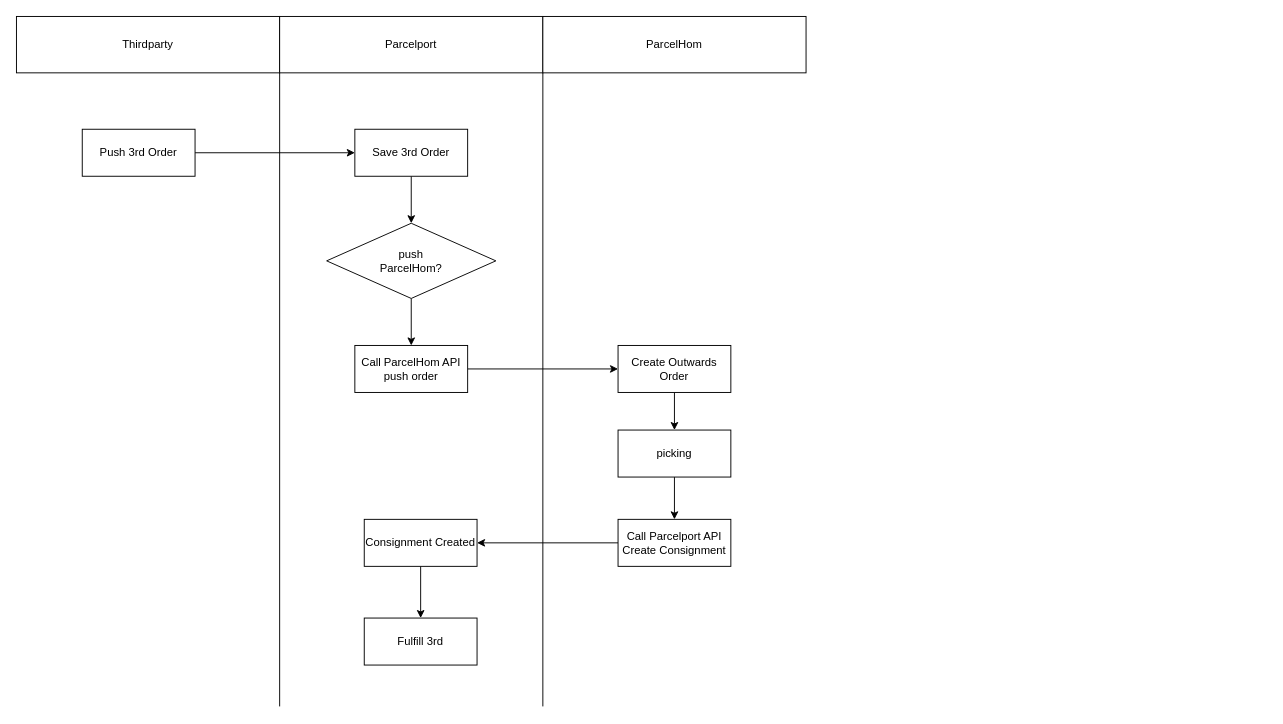
Kevin-Huang-NZ/notes keeps this draw.io diagram as draw.io/parcelhom-parcelport.drawio. Above is the earlier version. Source tidied: cells renumbered, new cells numbered last; positions are measured from the earlier drawing's top-left corner, leaving out a move shared by most shapes. Both pictures are drawn from the tidied source at 94%, with x=0, y=0 at pixel (16, 16).
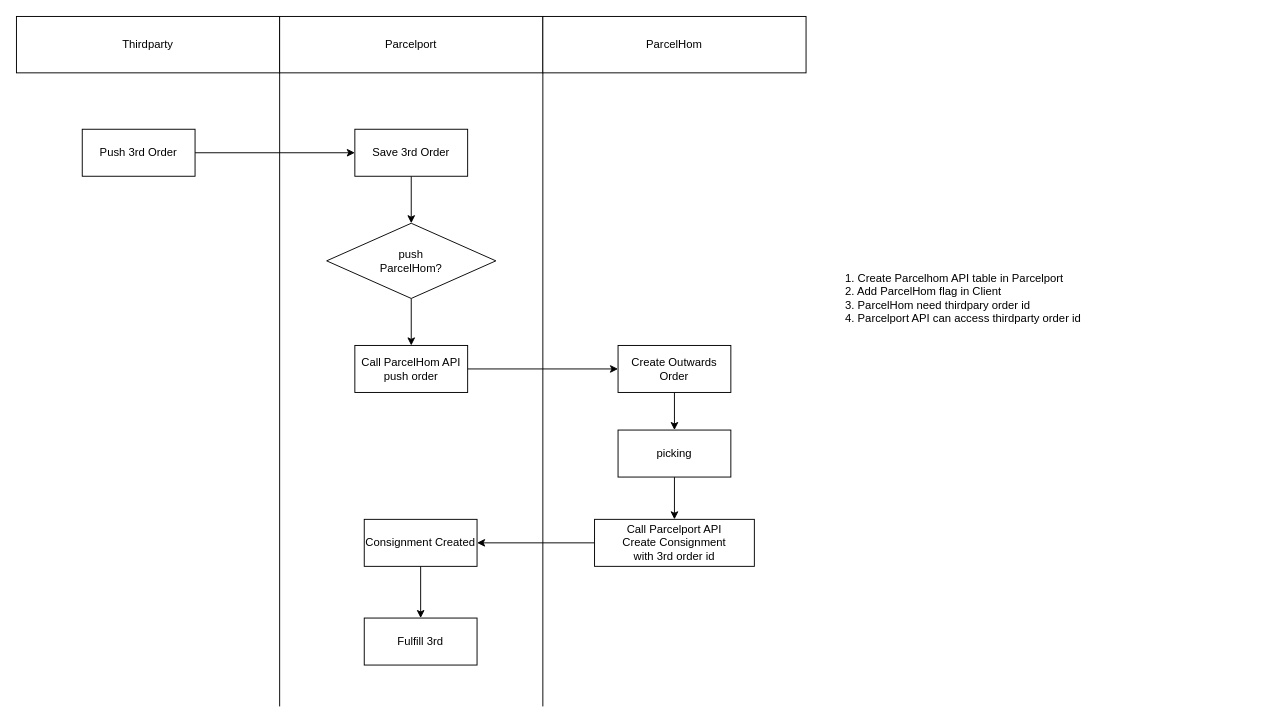
Above is the later version.

What changed in the source:
```diff
@@
-    <mxCell id="20" value="Call Parcelport API&lt;br&gt;Create Consignment" style="rounded=0;whiteSpace=wrap;html=1;" parent="1" vertex="1">
-      <mxGeometry x="640" y="535" width="120" height="50" as="geometry" />
+    <mxCell id="20" value="Call Parcelport API&lt;br&gt;Create Consignment&lt;br&gt;with 3rd order id" style="rounded=0;whiteSpace=wrap;html=1;" parent="1" vertex="1">
+      <mxGeometry x="615" y="535" width="170" height="50" as="geometry" />
     </mxCell>
@@
+    <mxCell id="24" value="&lt;div style=&quot;&quot;&gt;&lt;span style=&quot;background-color: initial;&quot;&gt;1. Create Parcelhom API table in Parcelport&lt;/span&gt;&lt;/div&gt;&lt;div style=&quot;&quot;&gt;&lt;span style=&quot;background-color: initial;&quot;&gt;2. Add ParcelHom flag in Client&lt;/span&gt;&lt;/div&gt;&lt;div style=&quot;&quot;&gt;&lt;span style=&quot;background-color: initial;&quot;&gt;3. ParcelHom need thirdpary order id&lt;/span&gt;&lt;/div&gt;&lt;div style=&quot;&quot;&gt;&lt;span style=&quot;background-color: initial;&quot;&gt;4. Parcelport API can access thirdparty order id&lt;/span&gt;&lt;/div&gt;" style="text;html=1;strokeColor=none;fillColor=none;align=left;verticalAlign=middle;whiteSpace=wrap;rounded=0;" parent="1" vertex="1">
+      <mxGeometry x="880" y="130" width="450" height="340" as="geometry" />
+    </mxCell>
```
